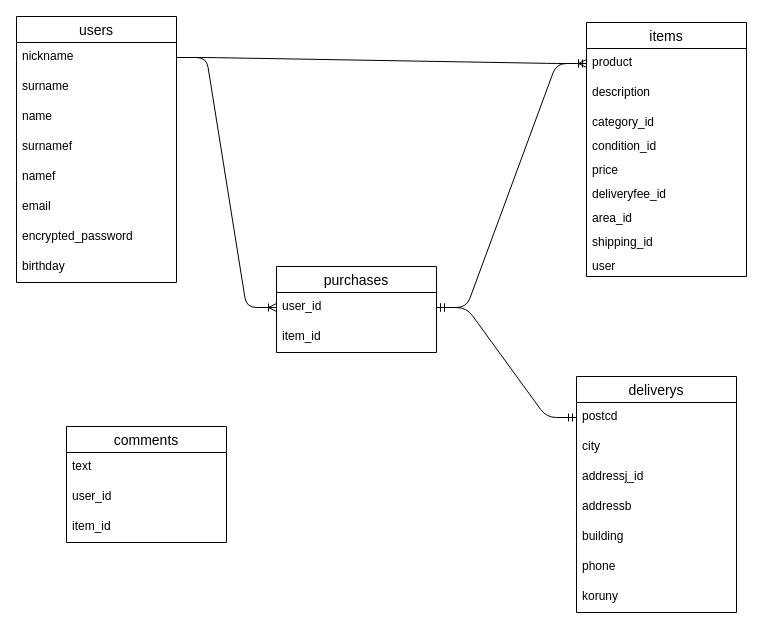
Above: app/views/ER.dio in mahha334/furima-31178 (draw.io), before the change. Source tidied: cells renumbered, new cells numbered last; positions are measured from the earlier drawing's top-left corner, leaving out a move shared by most shapes. Both pictures are drawn from the tidied source at 100%, with x=0, y=0 at pixel (16, 16).
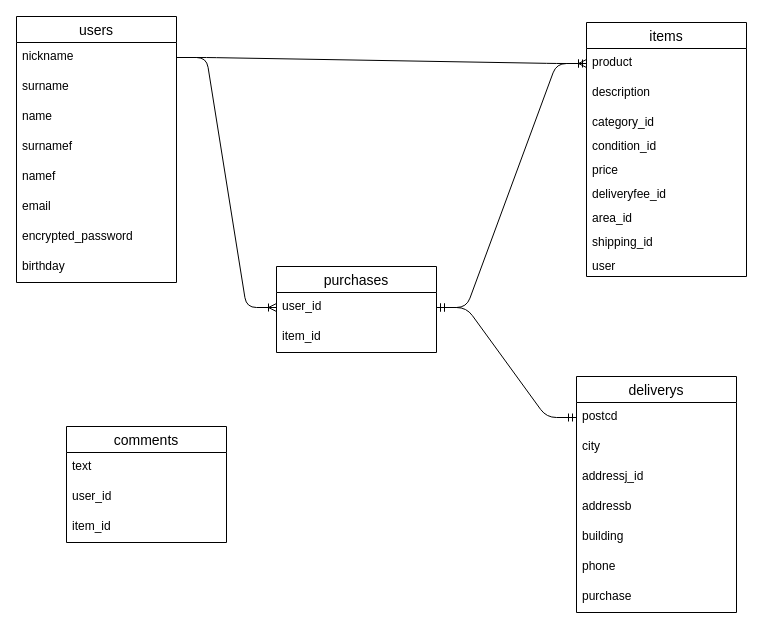
After the change.

The change refers to these unchanged cells:
```xml
<mxCell id="28" value="deliverys" style="swimlane;fontStyle=0;horizontal=1;startSize=26;align=center;fontSize=14;rounded=0;sketch=0;" parent="1" vertex="1">
  <mxGeometry x="560" y="360" width="160" height="236" as="geometry" />
</mxCell>
```

Diff of the diagram source:
```diff
@@
-    <mxCell id="35" value="koruny" style="text;strokeColor=none;fillColor=none;spacingLeft=4;spacingRight=4;overflow=hidden;fontSize=12;" parent="28" vertex="1">
+    <mxCell id="35" value="purchase" style="text;strokeColor=none;fillColor=none;spacingLeft=4;spacingRight=4;overflow=hidden;fontSize=12;" parent="28" vertex="1">
       <mxGeometry y="206" width="160" height="30" as="geometry" />
     </mxCell>
```
